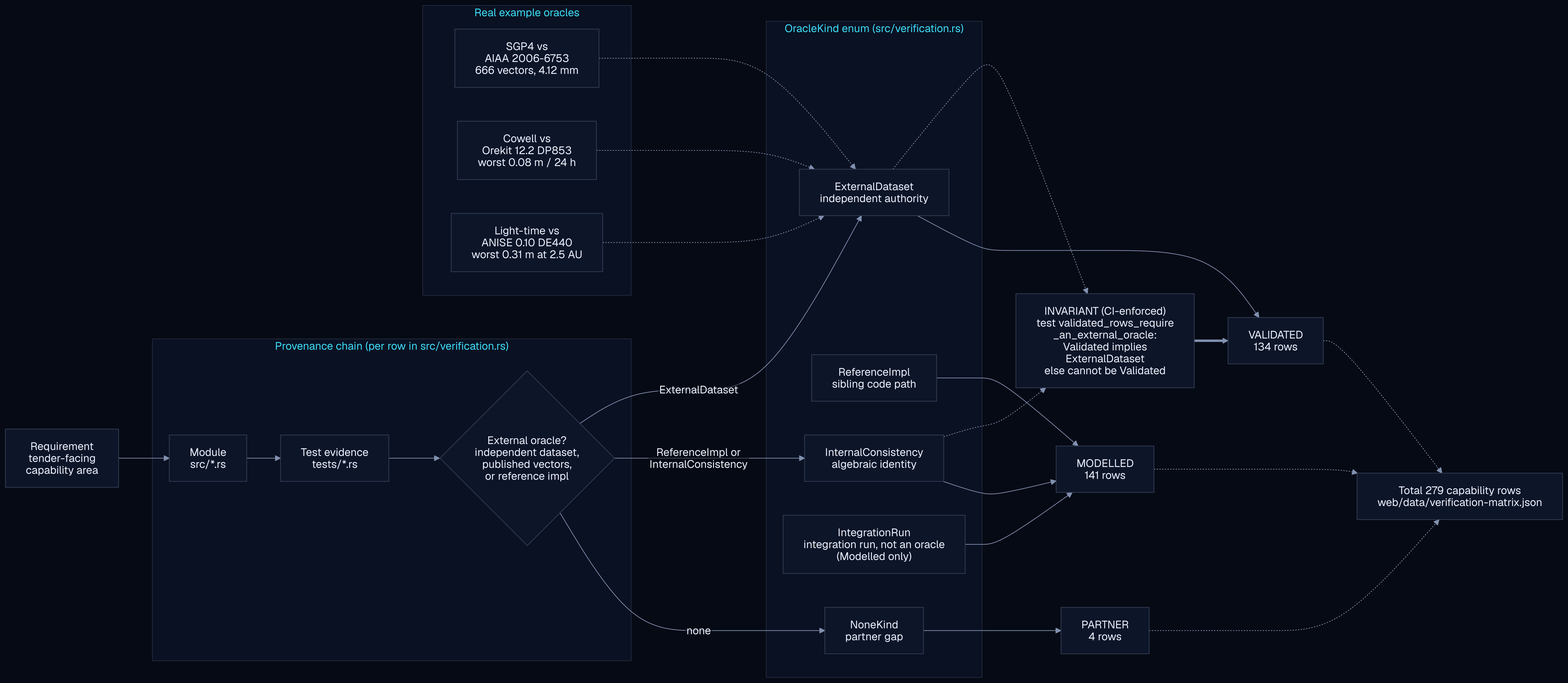
Before: docs/assets/diagrams/validation-provenance.png, a diagram exported from Mermaid (ashfordeOU/kshana). Its source is kept beside it as docs/diagrams/validation-provenance.mmd.
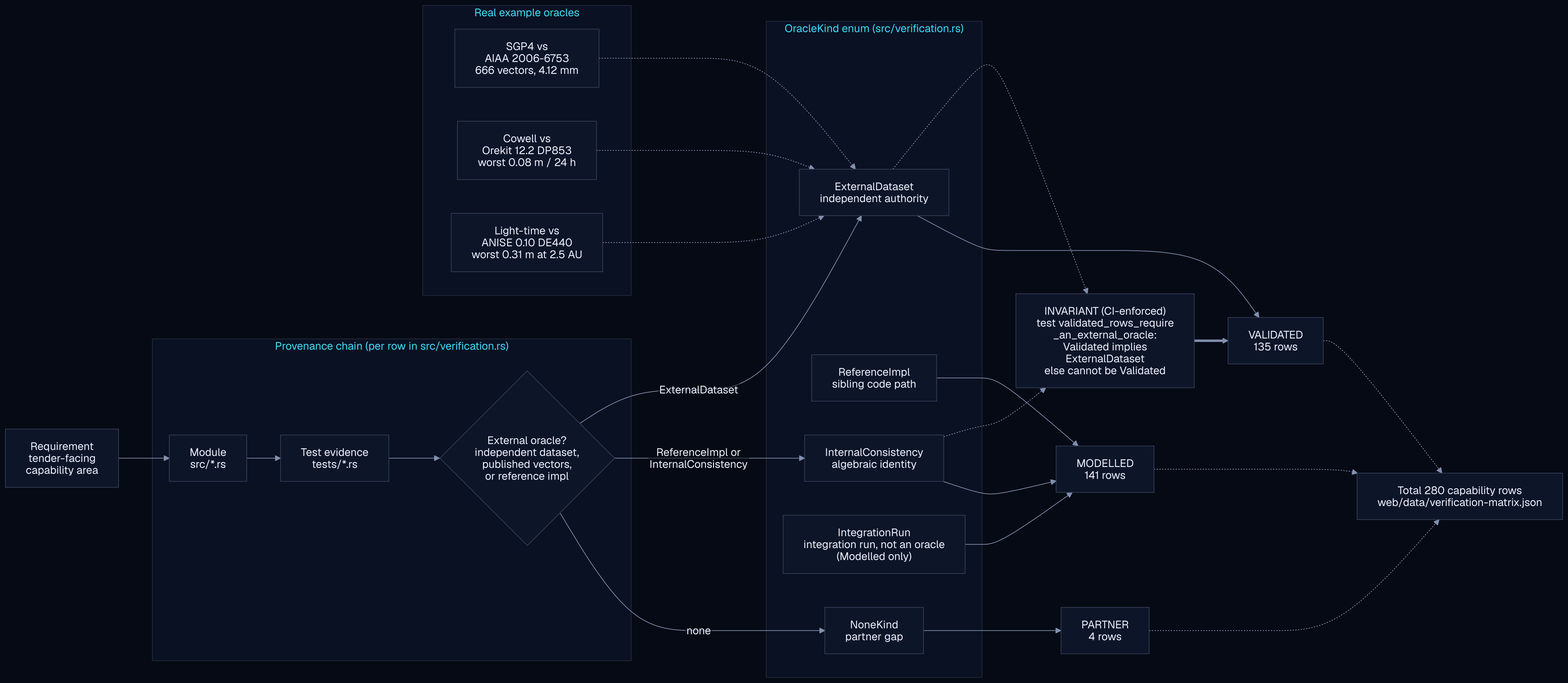
After the change.

The edit, as a diff of the source:
```diff
@@ -27,7 +27,7 @@
     EXT -.-> GUARD
     INT -.-> GUARD
 
-    EXT --> VAL["VALIDATED<br/>134 rows"]
+    EXT --> VAL["VALIDATED<br/>135 rows"]
     REF --> MDL["MODELLED<br/>141 rows"]
     INT --> MDL
     IRN --> MDL
@@ -45,7 +45,7 @@
     E2 -.-> EXT
     E3 -.-> EXT
 
-    TOTAL["Total 279 capability rows<br/>web/data/verification-matrix.json"]
+    TOTAL["Total 280 capability rows<br/>web/data/verification-matrix.json"]
     VAL -.-> TOTAL
     MDL -.-> TOTAL
     PRT -.-> TOTAL
```
